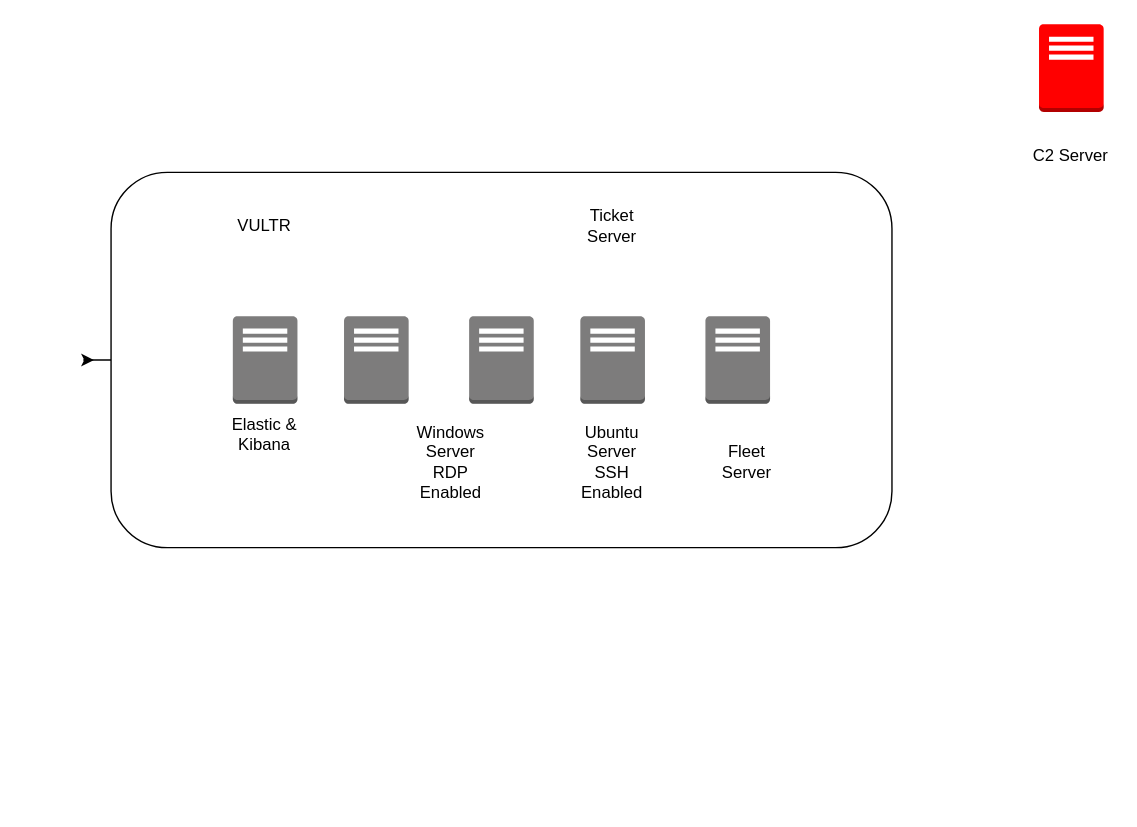
This is 30 Day MyDFIR Logical Diagram.drawio from Dito231/MyDFIR-30-Day-Challenge, a draw.io file, before an edit. Source tidied: cells renumbered, new cells numbered last; positions are measured from the earlier drawing's top-left corner, leaving out a move shared by most shapes. Both pictures are drawn from the tidied source at 139%, with x=0, y=0 at pixel (93, 24).
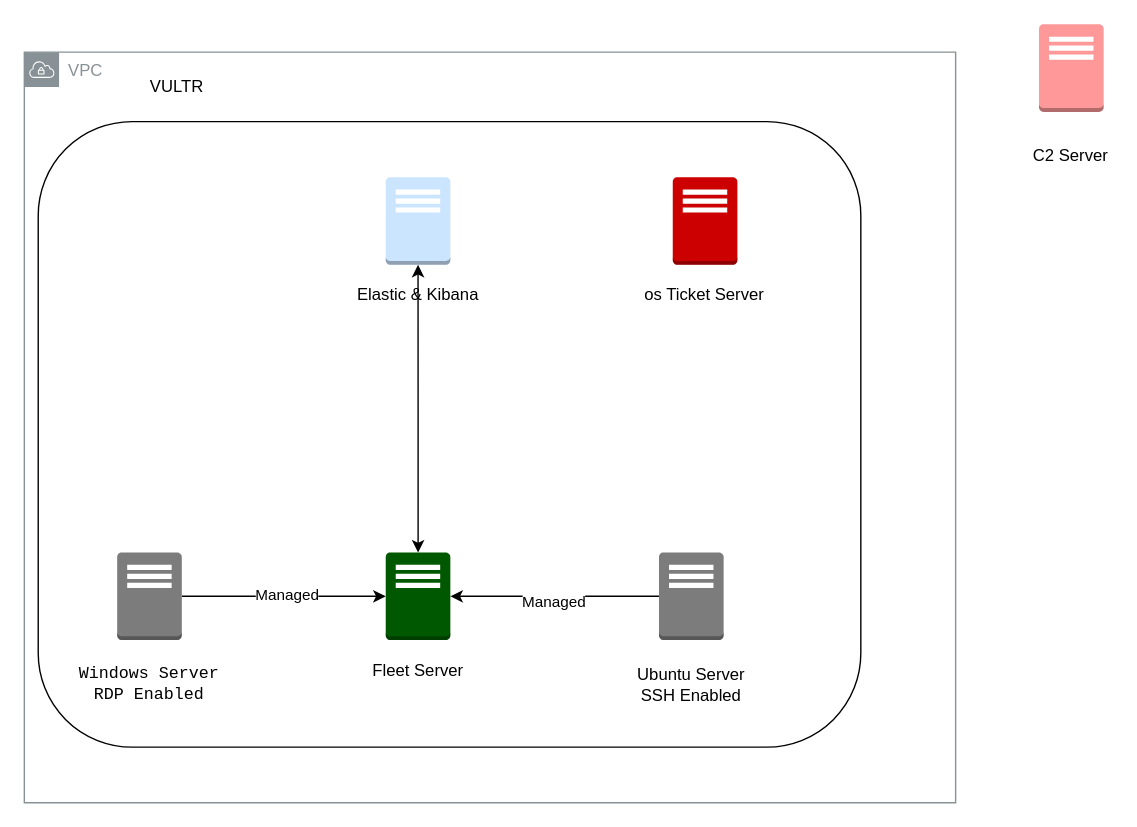
After the change.

What changed in the source:
```diff
@@
-    <mxCell id="2" style="edgeStyle=orthogonalEdgeStyle;rounded=0;jettySize=auto;html=1;" parent="1" edge="1" source="3">
-      <mxGeometry relative="1" as="geometry">
-        <mxPoint y="241.5" as="targetPoint" />
-      </mxGeometry>
-    </mxCell>
+    <mxCell id="17" value="VPC" style="sketch=0;gradientColor=none;html=1;whiteSpace=wrap;fontSize=12;fontStyle=0;shape=mxgraph.aws4.group;grIcon=mxgraph.aws4.group_vpc;strokeColor=#879196;fillColor=none;verticalAlign=top;align=left;spacingLeft=30;fontColor=#879196;dashed=0;" parent="1" vertex="1">
+      <mxGeometry x="-50" y="20" width="670" height="540" as="geometry" />
+    </mxCell>
     <mxCell id="3" style="rounded=1;whiteSpace=wrap;html=1;" parent="1" vertex="1">
-      <mxGeometry x="12.4" y="106.5" width="561.8" height="270" as="geometry" />
+      <mxGeometry x="-40" y="70" width="591.8" height="450" as="geometry" />
     </mxCell>
     <mxCell id="4" style="outlineConnect=0;dashed=0;verticalLabelPosition=bottom;verticalAlign=top;align=center;html=1;shape=mxgraph.aws3.traditional_server;fillColor=#7D7C7C;gradientColor=none;" parent="1" vertex="1">
-      <mxGeometry x="270" y="210" width="46.5" height="63" as="geometry" />
+      <mxGeometry x="406.6" y="380" width="46.5" height="63" as="geometry" />
     </mxCell>
-    <mxCell id="5" style="outlineConnect=0;dashed=0;verticalLabelPosition=bottom;verticalAlign=top;align=center;html=1;shape=mxgraph.aws3.traditional_server;fillColor=#7D7C7C;gradientColor=none;" parent="1" vertex="1">
-      <mxGeometry x="440" y="210" width="46.5" height="63" as="geometry" />
+    <mxCell id="5" style="outlineConnect=0;dashed=0;verticalLabelPosition=bottom;verticalAlign=top;align=center;html=1;shape=mxgraph.aws3.traditional_server;fillColor=#005900;strokeColor=#005700;fontColor=#ffffff;" parent="1" vertex="1">
+      <mxGeometry x="210" y="380" width="46.5" height="63" as="geometry" />
     </mxCell>
-    <mxCell id="6" style="dashed=0;verticalLabelPosition=bottom;verticalAlign=top;align=center;html=1;shape=mxgraph.aws3.traditional_server;fillColor=#7D7C7C;gradientColor=none;" parent="1" vertex="1">
-      <mxGeometry x="350" y="210" width="46.5" height="63" as="geometry" />
+    <mxCell id="6" style="dashed=0;verticalLabelPosition=bottom;verticalAlign=top;align=center;html=1;shape=mxgraph.aws3.traditional_server;fillColor=#CC0000;strokeColor=#6F0000;fontColor=#ffffff;" parent="1" vertex="1">
+      <mxGeometry x="416.5" y="110" width="46.5" height="63" as="geometry" />
     </mxCell>
+    <mxCell id="18" style="edgeStyle=orthogonalEdgeStyle;rounded=0;jettySize=auto;html=1;" parent="1" edge="1" source="7" target="5">
+      <mxGeometry relative="1" as="geometry" />
+    </mxCell>
+    <mxCell id="19" value="Managed" style="edgeLabel;html=1;align=center;verticalAlign=middle;" parent="18" vertex="1">
+      <mxGeometry x="0.02" y="1" relative="1" as="geometry" />
+    </mxCell>
     <mxCell id="7" style="outlineConnect=0;dashed=0;verticalLabelPosition=bottom;verticalAlign=top;align=center;html=1;shape=mxgraph.aws3.traditional_server;fillColor=#7D7C7C;gradientColor=none;" parent="1" vertex="1">
-      <mxGeometry x="180" y="210" width="46.5" height="63" as="geometry" />
+      <mxGeometry x="16.8" y="380" width="46.5" height="63" as="geometry" />
     </mxCell>
-    <mxCell id="8" style="outlineConnect=0;dashed=0;verticalLabelPosition=bottom;verticalAlign=top;align=center;html=1;shape=mxgraph.aws3.traditional_server;fillColor=#7D7C7C;gradientColor=none;" parent="1" vertex="1">
-      <mxGeometry x="100" y="210" width="46.5" height="63" as="geometry" />
+    <mxCell id="8" style="outlineConnect=0;dashed=0;verticalLabelPosition=bottom;verticalAlign=top;align=center;html=1;shape=mxgraph.aws3.traditional_server;fillColor=#cce5ff;strokeColor=#36393d;" parent="1" vertex="1">
+      <mxGeometry x="210" y="110" width="46.5" height="63" as="geometry" />
     </mxCell>
-    <mxCell id="9" style="dashed=0;verticalLabelPosition=bottom;verticalAlign=top;align=center;html=1;shape=mxgraph.aws3.traditional_server;fillColor=#FF0000;strokeColor=#36393d;fillStyle=auto;" parent="1" vertex="1">
+    <mxCell id="9" style="dashed=0;verticalLabelPosition=bottom;verticalAlign=top;align=center;html=1;shape=mxgraph.aws3.traditional_server;fillColor=#FF9999;strokeColor=#A50040;fillStyle=auto;fontColor=#ffffff;" parent="1" vertex="1">
       <mxGeometry x="680" width="46.5" height="63" as="geometry" />
     </mxCell>
     <mxCell id="10" value="VULTR" style="text;html=1;align=center;verticalAlign=middle;whiteSpace=wrap;rounded=0;" parent="1" vertex="1">
-      <mxGeometry x="93.2" y="130" width="60" height="30" as="geometry" />
+      <mxGeometry x="30" y="30" width="60" height="30" as="geometry" />
     </mxCell>
     <mxCell id="11" value="Elastic &amp;amp; Kibana" style="text;html=1;align=center;verticalAlign=middle;whiteSpace=wrap;rounded=0;" parent="1" vertex="1">
-      <mxGeometry x="93.2" y="280" width="60" height="30" as="geometry" />
+      <mxGeometry x="184.9" y="180" width="96.8" height="30" as="geometry" />
     </mxCell>
     <mxCell id="12" value="Ubuntu Server SSH Enabled" style="text;html=1;align=center;verticalAlign=middle;whiteSpace=wrap;rounded=0;" parent="1" vertex="1">
-      <mxGeometry x="343.2" y="300" width="60" height="30" as="geometry" />
+      <mxGeometry x="390" y="460" width="79.8" height="30" as="geometry" />
     </mxCell>
-    <mxCell id="13" value="Windows Server RDP Enabled" style="text;html=1;align=center;verticalAlign=middle;whiteSpace=wrap;rounded=0;" parent="1" vertex="1">
-      <mxGeometry x="226.5" y="300" width="60" height="30" as="geometry" />
+    <mxCell id="13" value="&lt;pre&gt;Windows Server&lt;br&gt;RDP Enabled&lt;/pre&gt;" style="text;html=1;align=center;verticalAlign=middle;whiteSpace=wrap;rounded=0;" parent="1" vertex="1">
+      <mxGeometry x="10" y="460" width="60" height="30" as="geometry" />
     </mxCell>
     <mxCell id="14" value="Fleet Server" style="text;html=1;align=center;verticalAlign=middle;whiteSpace=wrap;rounded=0;" parent="1" vertex="1">
-      <mxGeometry x="440" y="300" width="60" height="30" as="geometry" />
+      <mxGeometry x="195" y="450" width="76.5" height="30" as="geometry" />
     </mxCell>
-    <mxCell id="15" value="Ticket Server" style="text;html=1;align=center;verticalAlign=middle;whiteSpace=wrap;rounded=0;" parent="1" vertex="1">
-      <mxGeometry x="343.2" y="130" width="60" height="30" as="geometry" />
+    <mxCell id="15" value="os Ticket Server" style="text;html=1;align=center;verticalAlign=middle;whiteSpace=wrap;rounded=0;" parent="1" vertex="1">
+      <mxGeometry x="393.1" y="180" width="93.2" height="30" as="geometry" />
     </mxCell>
@@
+    <mxCell id="20" style="edgeStyle=orthogonalEdgeStyle;rounded=0;orthogonalLoop=1;jettySize=auto;html=1;exitX=0.5;exitY=1;exitDx=0;exitDy=0;" parent="1" edge="1" source="12" target="12">
+      <mxGeometry relative="1" as="geometry" />
+    </mxCell>
+    <mxCell id="21" style="edgeStyle=orthogonalEdgeStyle;rounded=0;jettySize=auto;html=1;entryX=1;entryY=0.5;entryDx=0;entryDy=0;entryPerimeter=0;" parent="1" edge="1" source="4" target="5">
+      <mxGeometry relative="1" as="geometry" />
+    </mxCell>
+    <mxCell id="22" value="Managed" style="edgeLabel;html=1;align=center;verticalAlign=middle;" parent="21" vertex="1">
+      <mxGeometry x="0.01" y="4" relative="1" as="geometry" />
+    </mxCell>
+    <mxCell id="23" style="edgeStyle=orthogonalEdgeStyle;rounded=0;jettySize=auto;html=1;entryX=0.5;entryY=1;entryDx=0;entryDy=0;entryPerimeter=0;startArrow=classic;startFill=1;" parent="1" edge="1" source="5" target="8">
+      <mxGeometry relative="1" as="geometry" />
+    </mxCell>
```
